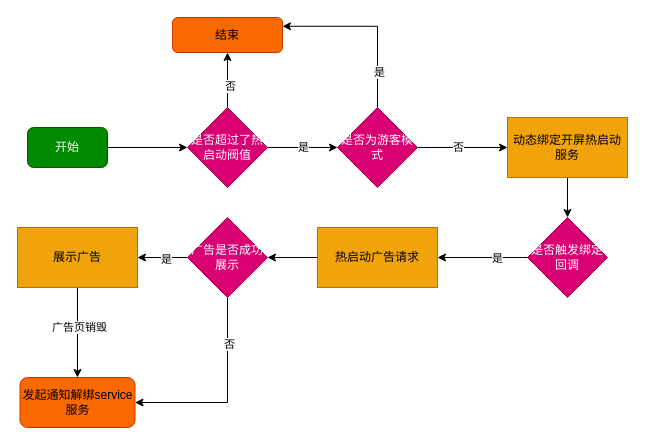
HengqianSong/drawIO keeps this draw.io diagram as moji/开屏热启动流程优化.drawio. Above is the earlier version. Source tidied: cells renumbered, new cells numbered last; positions are measured from the earlier drawing's top-left corner, leaving out a move shared by most shapes. Both pictures are drawn from the tidied source at 100%, with x=0, y=0 at pixel (17, 17).
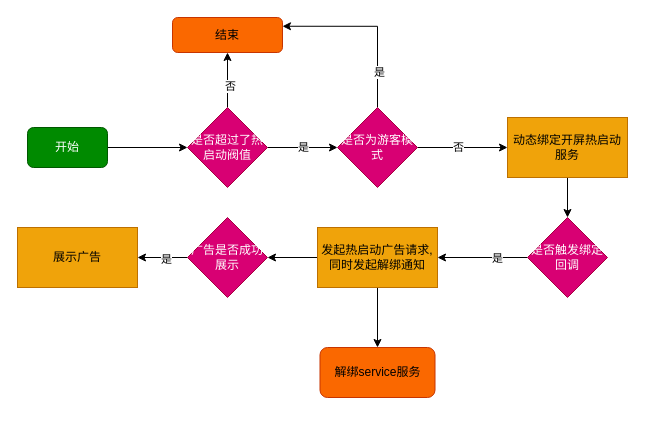
Above is the later version.

Commit message (it also covers changes not shown here):
更新开屏热启动流程优化.drawio

The change refers to these unchanged cells:
```xml
<mxCell id="26" value="广告是否成功展示" style="rhombus;whiteSpace=wrap;html=1;rounded=0;fillColor=#d80073;fontColor=#ffffff;strokeColor=#A50040;" parent="1" vertex="1">
  <mxGeometry x="170" y="200" width="80" height="80" as="geometry" />
</mxCell>
<mxCell id="29" value="展示广告" style="whiteSpace=wrap;html=1;fillColor=#f0a30a;fontColor=#000000;strokeColor=#BD7000;" parent="1" vertex="1">
  <mxGeometry y="210" width="120" height="60" as="geometry" />
</mxCell>
```

What changed in the source:
```diff
@@
+    <mxCell id="31" style="edgeStyle=orthogonalEdgeStyle;rounded=0;jettySize=auto;html=1;" parent="1" edge="1" source="21" target="30">
+      <mxGeometry relative="1" as="geometry" />
+    </mxCell>
-    <mxCell id="21" value="热启动广告请求" style="whiteSpace=wrap;html=1;fillColor=#f0a30a;fontColor=#000000;strokeColor=#BD7000;" parent="1" vertex="1">
+    <mxCell id="21" value="发起热启动广告请求,同时发起解绑通知" style="whiteSpace=wrap;html=1;fillColor=#f0a30a;fontColor=#000000;strokeColor=#BD7000;" parent="1" vertex="1">
       <mxGeometry x="300" y="210" width="120" height="60" as="geometry" />
     </mxCell>
@@
-    <mxCell id="24" style="edgeStyle=orthogonalEdgeStyle;rounded=0;jettySize=auto;html=1;entryX=1;entryY=0.5;entryDx=0;entryDy=0;" parent="1" edge="1" source="26" target="30">
-      <mxGeometry relative="1" as="geometry">
-        <Array as="points">
-          <mxPoint x="210" y="385" />
-        </Array>
-      </mxGeometry>
-    </mxCell>
-    <mxCell id="25" value="否" style="edgeLabel;html=1;align=center;verticalAlign=middle;" parent="24" vertex="1">
-      <mxGeometry x="-0.53" y="1" relative="1" as="geometry" />
-    </mxCell>
@@
-    <mxCell id="27" style="edgeStyle=orthogonalEdgeStyle;rounded=0;jettySize=auto;html=1;entryX=0.5;entryY=0;entryDx=0;entryDy=0;" parent="1" edge="1" source="29" target="30">
-      <mxGeometry relative="1" as="geometry" />
-    </mxCell>
-    <mxCell id="28" value="广告页销毁" style="edgeLabel;html=1;align=center;verticalAlign=middle;" parent="27" vertex="1">
-      <mxGeometry x="-0.14" y="1" relative="1" as="geometry" />
-    </mxCell>
@@
-    <mxCell id="30" value="发起通知解绑service服务" style="rounded=1;whiteSpace=wrap;html=1;fillColor=#fa6800;fontColor=#000000;strokeColor=#C73500;" parent="1" vertex="1">
-      <mxGeometry x="2.5" y="360" width="115" height="50" as="geometry" />
+    <mxCell id="30" value="解绑service服务" style="rounded=1;whiteSpace=wrap;html=1;fillColor=#fa6800;fontColor=#000000;strokeColor=#C73500;" parent="1" vertex="1">
+      <mxGeometry x="302.5" y="330" width="115" height="50" as="geometry" />
     </mxCell>
```
